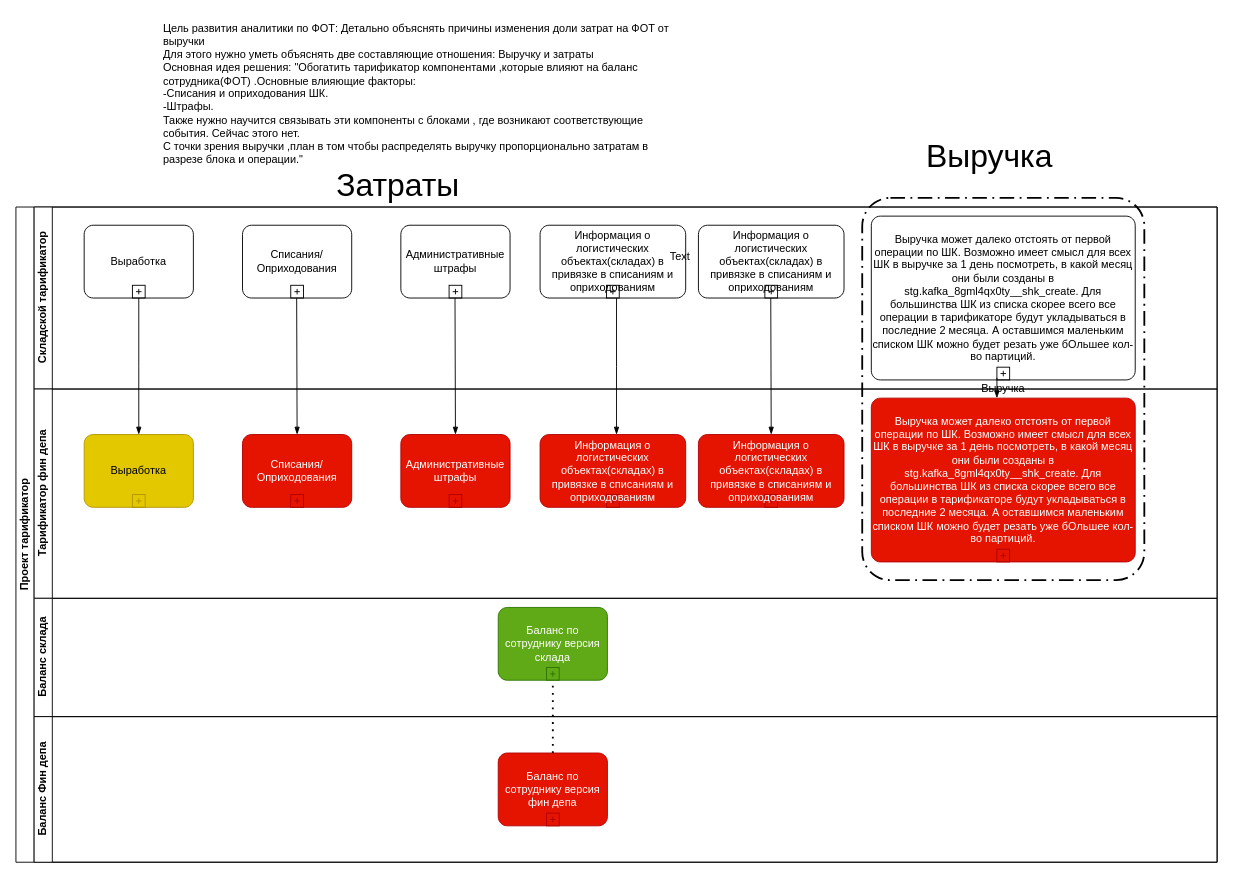
Earlier version of the draw.io diagram Data_transfer_from_wh_to _fin.drawio (AntonKoltsov85/Schemes). Source tidied: cells renumbered, new cells numbered last; positions are measured from the earlier drawing's top-left corner, leaving out a move shared by most shapes. Both pictures are drawn from the tidied source at 91%, with x=0, y=0 at pixel (15, 15).
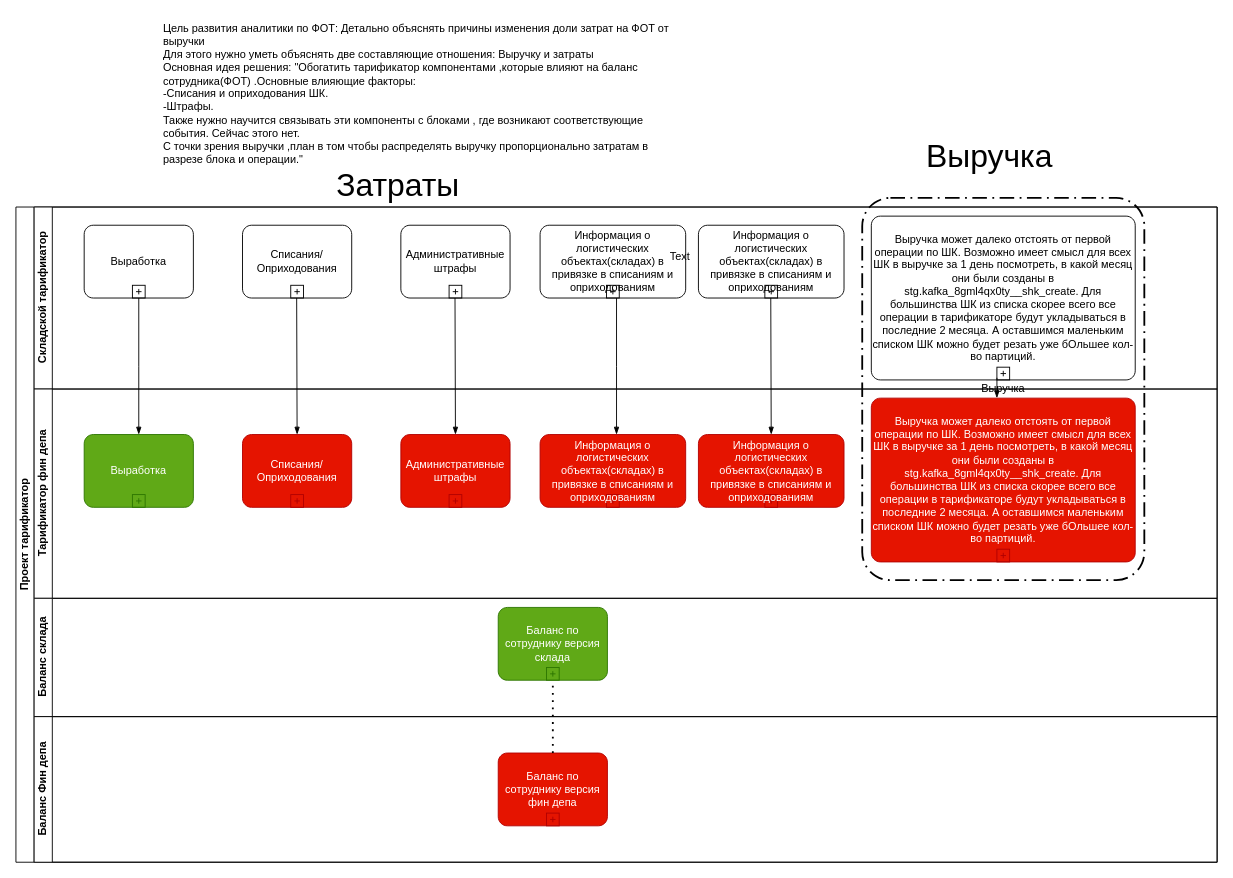
Above is the later version.

Unchanged cells that the change refers to:
```xml
<mxCell id="14" value="Тарификатор фин депа" style="swimlane;html=1;startSize=20;horizontal=0;" parent="2" vertex="1">
  <mxGeometry x="20" y="200" width="1300" height="230" as="geometry" />
</mxCell>
```

Diff of the diagram source:
```diff
@@
-    <mxCell id="15" value="Выработка" style="points=[[0.25,0,0],[0.5,0,0],[0.75,0,0],[1,0.25,0],[1,0.5,0],[1,0.75,0],[0.75,1,0],[0.5,1,0],[0.25,1,0],[0,0.75,0],[0,0.5,0],[0,0.25,0]];shape=mxgraph.bpmn.task;whiteSpace=wrap;rectStyle=rounded;size=10;html=1;taskMarker=abstract;isLoopSub=1;fillColor=#e3c800;strokeColor=#B09500;fontColor=#000000;" parent="14" vertex="1">
+    <mxCell id="15" value="Выработка" style="points=[[0.25,0,0],[0.5,0,0],[0.75,0,0],[1,0.25,0],[1,0.5,0],[1,0.75,0],[0.75,1,0],[0.5,1,0],[0.25,1,0],[0,0.75,0],[0,0.5,0],[0,0.25,0]];shape=mxgraph.bpmn.task;whiteSpace=wrap;rectStyle=rounded;size=10;html=1;taskMarker=abstract;isLoopSub=1;fillColor=#60a917;strokeColor=#2D7600;fontColor=#ffffff;" parent="14" vertex="1">
       <mxGeometry x="55" y="50" width="120" height="80" as="geometry" />
     </mxCell>
```
